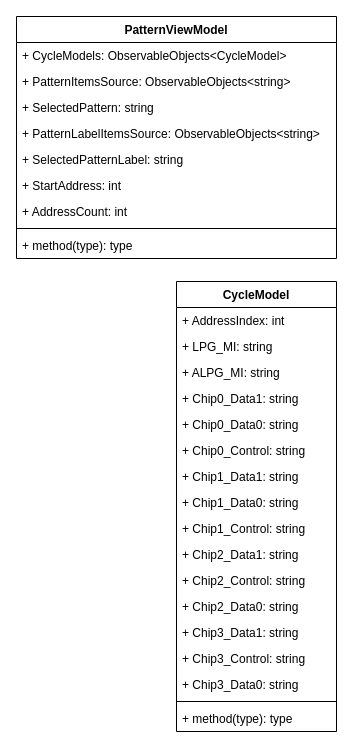
Jasson-Chou/Software-Projects keeps this draw.io diagram as page "Pattern" (2 of 2) of SG9KG5/System Debugger.drawio. Above is the earlier version. Source tidied: cells renumbered, new cells numbered last; positions are measured from the earlier drawing's top-left corner, leaving out a move shared by most shapes. Both pictures are drawn from the tidied source at 100%, with x=0, y=0 at pixel (16, 16).
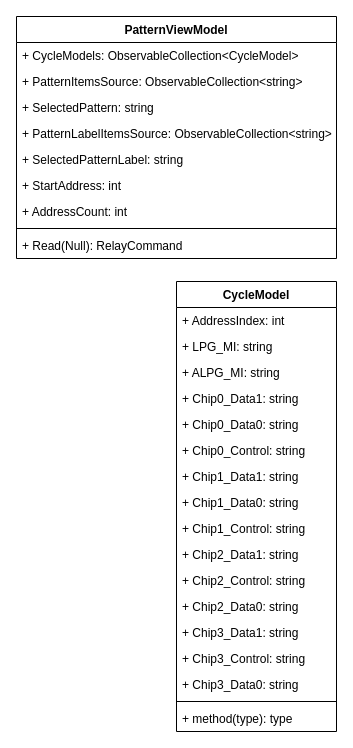
The same page after the edit.

Unchanged cells that the change refers to:
```xml
<mxCell id="20" value="PatternViewModel" style="swimlane;fontStyle=1;align=center;verticalAlign=top;horizontal=1;startSize=26;" parent="1" vertex="1">
  <mxGeometry width="320" height="242" as="geometry" />
</mxCell>
```

What changed in the source:
```diff
@@
-    <mxCell id="21" value="+ CycleModels: ObservableObjects&lt;CycleModel&gt;" style="text;strokeColor=none;fillColor=none;align=left;verticalAlign=top;spacingLeft=4;spacingRight=4;overflow=hidden;" parent="20" vertex="1">
+    <mxCell id="21" value="+ CycleModels: ObservableCollection&lt;CycleModel&gt;" style="text;strokeColor=none;fillColor=none;align=left;verticalAlign=top;spacingLeft=4;spacingRight=4;overflow=hidden;" parent="20" vertex="1">
       <mxGeometry y="26" width="320" height="26" as="geometry" />
     </mxCell>
-    <mxCell id="22" value="+ PatternItemsSource: ObservableObjects&lt;string&gt;" style="text;strokeColor=none;fillColor=none;align=left;verticalAlign=top;spacingLeft=4;spacingRight=4;overflow=hidden;" parent="20" vertex="1">
+    <mxCell id="22" value="+ PatternItemsSource: ObservableCollection&lt;string&gt;" style="text;strokeColor=none;fillColor=none;align=left;verticalAlign=top;spacingLeft=4;spacingRight=4;overflow=hidden;" parent="20" vertex="1">
       <mxGeometry y="52" width="320" height="26" as="geometry" />
     </mxCell>
@@
-    <mxCell id="24" value="+ PatternLabelItemsSource: ObservableObjects&lt;string&gt;" style="text;strokeColor=none;fillColor=none;align=left;verticalAlign=top;spacingLeft=4;spacingRight=4;overflow=hidden;" parent="20" vertex="1">
+    <mxCell id="24" value="+ PatternLabelItemsSource: ObservableCollection&lt;string&gt;" style="text;strokeColor=none;fillColor=none;align=left;verticalAlign=top;spacingLeft=4;spacingRight=4;overflow=hidden;" parent="20" vertex="1">
       <mxGeometry y="104" width="320" height="26" as="geometry" />
     </mxCell>
@@
-    <mxCell id="29" value="+ method(type): type" style="text;strokeColor=none;fillColor=none;align=left;verticalAlign=top;spacingLeft=4;spacingRight=4;overflow=hidden;" parent="20" vertex="1">
+    <mxCell id="29" value="+ Read(Null): RelayCommand" style="text;strokeColor=none;fillColor=none;align=left;verticalAlign=top;spacingLeft=4;spacingRight=4;overflow=hidden;" parent="20" vertex="1">
       <mxGeometry y="216" width="320" height="26" as="geometry" />
     </mxCell>
```
